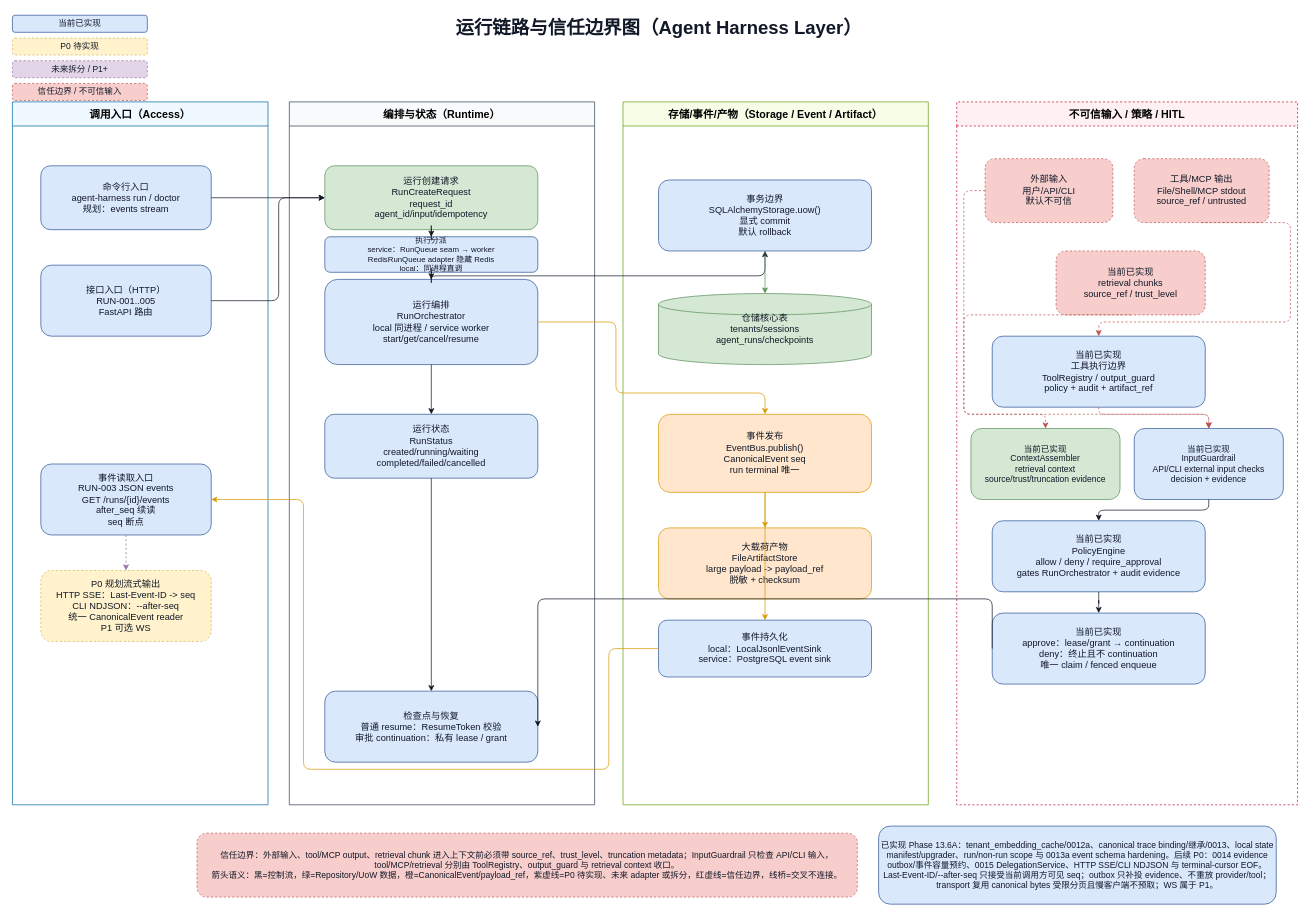
The draw.io diagram docs/architecture/agent-harness-runtime-trust-boundaries.drawio in wdmcheng/agent-harness-layer, before the edit. Source tidied: cells renumbered, new cells numbered last; positions are measured from the earlier drawing's top-left corner, leaving out a move shared by most shapes. Both pictures are drawn from the tidied source at 71%, with x=0, y=0 at pixel (12, 12).
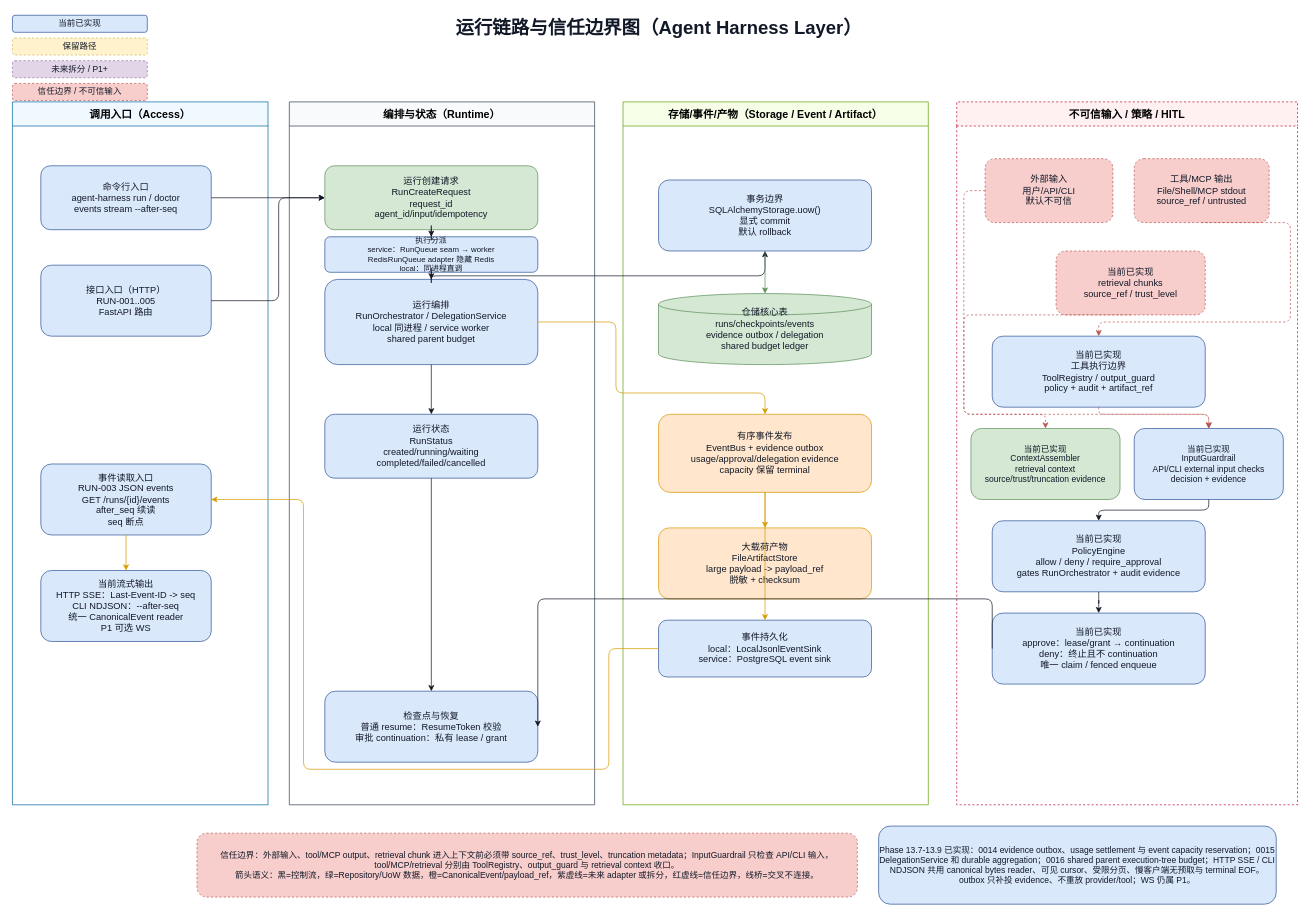
The same diagram, later.

Unchanged cells that the change refers to:
```xml
<mxCell id="7" value="调用入口（Access）" style="swimlane;startSize=34;html=1;whiteSpace=wrap;rounded=0;fontSize=15;fontStyle=1;fillColor=#f0f9ff;strokeColor=#0369a1;" parent="1" vertex="1">
  <mxGeometry y="126" width="360" height="990" as="geometry" />
</mxCell>
<mxCell id="8" value="编排与状态（Runtime）" style="swimlane;startSize=34;html=1;whiteSpace=wrap;rounded=0;fontSize=15;fontStyle=1;fillColor=#f8fafc;strokeColor=#334155;" parent="1" vertex="1">
  <mxGeometry x="390" y="126" width="430" height="990" as="geometry" />
</mxCell>
<mxCell id="9" value="存储/事件/产物（Storage / Event / Artifact）" style="swimlane;startSize=34;html=1;whiteSpace=wrap;rounded=0;fontSize=15;fontStyle=1;fillColor=#f7fee7;strokeColor=#65a30d;" parent="1" vertex="1">
  <mxGeometry x="860" y="126" width="430" height="990" as="geometry" />
</mxCell>
<mxCell id="15" value="事件读取入口&#10;RUN-003 JSON events&#10;GET /runs/{id}/events&#10;after_seq 续读&#10;seq 断点" style="rounded=1;whiteSpace=wrap;html=1;fillColor=#dae8fc;strokeColor=#2f5597;fontColor=#111827;fontSize=13;" parent="7" vertex="1">
  <mxGeometry x="40" y="510" width="240" height="100" as="geometry" />
</mxCell>
```

Change to the diagram source:
```diff
@@
-    <mxCell id="4" value="P0 待实现" style="rounded=1;whiteSpace=wrap;html=1;fillColor=#fff2cc;strokeColor=#d6b656;fontColor=#111827;fontSize=12;dashed=1;" parent="1" vertex="1">
+    <mxCell id="4" value="保留路径" style="rounded=1;whiteSpace=wrap;html=1;fillColor=#fff2cc;strokeColor=#d6b656;fontColor=#111827;fontSize=12;dashed=1;" parent="1" vertex="1">
       <mxGeometry y="36" width="190" height="24" as="geometry" />
     </mxCell>
@@
-    <mxCell id="11" value="信任边界：外部输入、tool/MCP output、retrieval chunk 进入上下文前必须带 source_ref、trust_level、truncation metadata；InputGuardrail 只检查 API/CLI 输入，tool/MCP/retrieval 分别由 ToolRegistry、output_guard 与 retrieval context 收口。&#10;箭头语义：黑=控制流，绿=Repository/UoW 数据，橙=CanonicalEvent/payload_ref，紫虚线=P0 待实现、未来 adapter 或拆分，红虚线=信任边界，线桥=交叉不连接。" style="rounded=1;whiteSpace=wrap;html=1;fillColor=#f8cecc;strokeColor=#b85450;fontColor=#111827;fontSize=12;dashed=1;" parent="1" vertex="1">
+    <mxCell id="11" value="信任边界：外部输入、tool/MCP output、retrieval chunk 进入上下文前必须带 source_ref、trust_level、truncation metadata；InputGuardrail 只检查 API/CLI 输入，tool/MCP/retrieval 分别由 ToolRegistry、output_guard 与 retrieval context 收口。&#10;箭头语义：黑=控制流，绿=Repository/UoW 数据，橙=CanonicalEvent/payload_ref，紫虚线=未来 adapter 或拆分，红虚线=信任边界，线桥=交叉不连接。" style="rounded=1;whiteSpace=wrap;html=1;fillColor=#f8cecc;strokeColor=#b85450;fontColor=#111827;fontSize=12;dashed=1;" parent="1" vertex="1">
       <mxGeometry x="260" y="1156" width="930" height="90" as="geometry" />
     </mxCell>
-    <mxCell id="12" value="已实现 Phase 13.6A：tenant_embedding_cache/0012a、canonical trace binding/继承/0013、local state manifest/upgrader、run/non-run scope 与 0013a event schema hardening。后续 P0：0014 evidence outbox/事件容量预约、0015 DelegationService、HTTP SSE/CLI NDJSON 与 terminal-cursor EOF。Last-Event-ID/--after-seq 只接受当前调用方可见 seq；outbox 只补投 evidence、不重放 provider/tool；transport 复用 canonical bytes 受限分页且慢客户端不预取；WS 属于 P1。" style="rounded=1;whiteSpace=wrap;html=1;fillColor=#dae8fc;strokeColor=#2f5597;fontColor=#111827;fontSize=12;" parent="1" vertex="1">
+    <mxCell id="12" value="Phase 13.7-13.9 已实现：0014 evidence outbox、usage settlement 与 event capacity reservation；0015 DelegationService 和 durable aggregation；0016 shared parent execution-tree budget；HTTP SSE / CLI NDJSON 共用 canonical bytes reader、可见 cursor、受限分页、慢客户端无预取与 terminal EOF。outbox 只补投 evidence、不重放 provider/tool；WS 仍属 P1。" style="rounded=1;whiteSpace=wrap;html=1;fillColor=#dae8fc;strokeColor=#2f5597;fontColor=#111827;fontSize=12;" parent="1" vertex="1">
       <mxGeometry x="1220" y="1146" width="560" height="110" as="geometry" />
     </mxCell>
-    <mxCell id="13" value="命令行入口&#10;agent-harness run / doctor&#10;规划：events stream" style="rounded=1;whiteSpace=wrap;html=1;fillColor=#dae8fc;strokeColor=#2f5597;fontColor=#111827;fontSize=13;" parent="7" vertex="1">
+    <mxCell id="13" value="命令行入口&#10;agent-harness run / doctor&#10;events stream --after-seq" style="rounded=1;whiteSpace=wrap;html=1;fillColor=#dae8fc;strokeColor=#2f5597;fontColor=#111827;fontSize=13;" parent="7" vertex="1">
       <mxGeometry x="40" y="90" width="240" height="90" as="geometry" />
     </mxCell>
@@
-    <mxCell id="16" value="P0 规划流式输出&#10;HTTP SSE：Last-Event-ID -&gt; seq&#10;CLI NDJSON：--after-seq&#10;统一 CanonicalEvent reader&#10;P1 可选 WS" style="rounded=1;whiteSpace=wrap;html=1;fillColor=#fff2cc;strokeColor=#d6b656;fontColor=#111827;fontSize=13;dashed=1;" parent="7" vertex="1">
+    <mxCell id="16" value="当前流式输出&#10;HTTP SSE：Last-Event-ID -&gt; seq&#10;CLI NDJSON：--after-seq&#10;统一 CanonicalEvent reader&#10;P1 可选 WS" style="rounded=1;whiteSpace=wrap;html=1;fillColor=#dae8fc;strokeColor=#2f5597;fontColor=#111827;fontSize=13;" parent="7" vertex="1">
       <mxGeometry x="40" y="660" width="240" height="100" as="geometry" />
     </mxCell>
@@
-    <mxCell id="19" value="运行编排&#10;RunOrchestrator&#10;local 同进程 / service worker&#10;start/get/cancel/resume" style="rounded=1;whiteSpace=wrap;html=1;fillColor=#dae8fc;strokeColor=#2f5597;fontColor=#111827;fontSize=13;" parent="8" vertex="1">
+    <mxCell id="19" value="运行编排&#10;RunOrchestrator / DelegationService&#10;local 同进程 / service worker&#10;shared parent budget" style="rounded=1;whiteSpace=wrap;html=1;fillColor=#dae8fc;strokeColor=#2f5597;fontColor=#111827;fontSize=13;" parent="8" vertex="1">
       <mxGeometry x="50" y="250" width="300" height="120" as="geometry" />
     </mxCell>
@@
-    <mxCell id="23" value="仓储核心表&#10;tenants/sessions&#10;agent_runs/checkpoints" style="shape=cylinder3;whiteSpace=wrap;html=1;fillColor=#d5e8d4;strokeColor=#5b8f5a;fontColor=#111827;fontSize=13;" parent="9" vertex="1">
+    <mxCell id="23" value="仓储核心表&#10;runs/checkpoints/events&#10;evidence outbox / delegation&#10;shared budget ledger" style="shape=cylinder3;whiteSpace=wrap;html=1;fillColor=#d5e8d4;strokeColor=#5b8f5a;fontColor=#111827;fontSize=13;" parent="9" vertex="1">
       <mxGeometry x="50" y="270" width="300" height="100" as="geometry" />
     </mxCell>
-    <mxCell id="24" value="事件发布&#10;EventBus.publish()&#10;CanonicalEvent seq&#10;run terminal 唯一" style="rounded=1;whiteSpace=wrap;html=1;fillColor=#ffe6cc;strokeColor=#d79b00;fontColor=#111827;fontSize=13;" parent="9" vertex="1">
+    <mxCell id="24" value="有序事件发布&#10;EventBus + evidence outbox&#10;usage/approval/delegation evidence&#10;capacity 保留 terminal" style="rounded=1;whiteSpace=wrap;html=1;fillColor=#ffe6cc;strokeColor=#d79b00;fontColor=#111827;fontSize=13;" parent="9" vertex="1">
       <mxGeometry x="50" y="440" width="300" height="110" as="geometry" />
     </mxCell>
@@
-    <mxCell id="44" style="edgeStyle=orthogonalEdgeStyle;rounded=1;jettySize=auto;html=1;fontSize=11;labelBackgroundColor=#ffffff;strokeColor=#9673a6;dashed=1;" parent="1" edge="1" source="15" target="16">
+    <mxCell id="44" style="edgeStyle=orthogonalEdgeStyle;rounded=1;jettySize=auto;html=1;fontSize=11;labelBackgroundColor=#ffffff;strokeColor=#d79b00;" parent="1" edge="1" source="15" target="16">
       <mxGeometry relative="1" as="geometry" />
     </mxCell>
```
